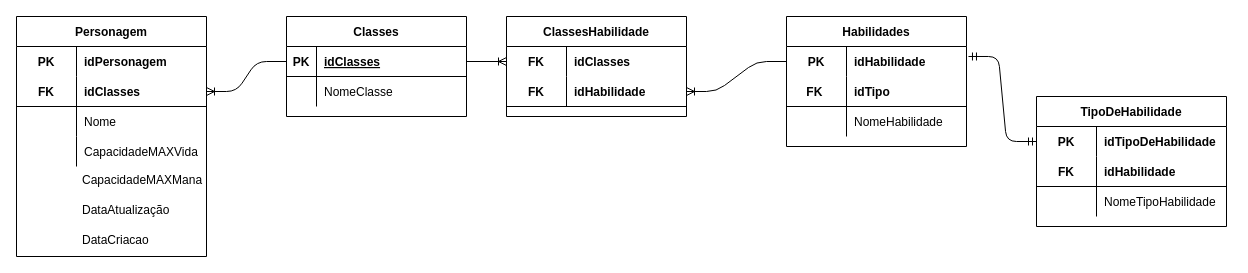
giiannace56/Senai_Segundo_Termo keeps this draw.io diagram as exercicios/hroads_desafio/RPG_ModeloLogico.drawio. Above is the earlier version. Source tidied: cells renumbered, new cells numbered last; positions are measured from the earlier drawing's top-left corner, leaving out a move shared by most shapes. Both pictures are drawn from the tidied source at 100%, with x=0, y=0 at pixel (16, 16).
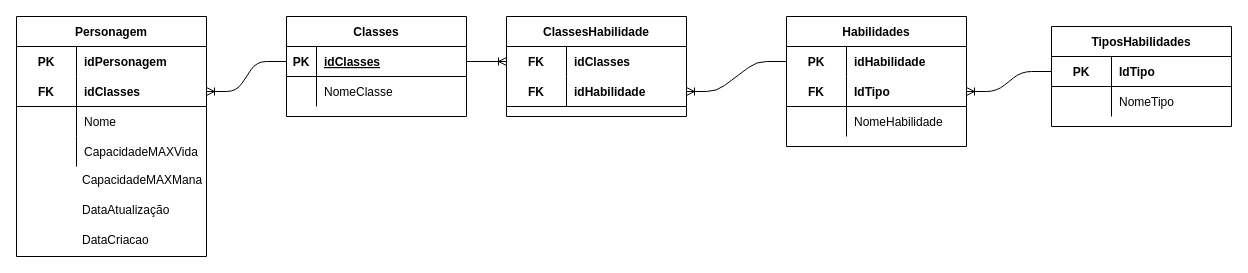
The same page after the edit.

The change refers to these unchanged cells:
```xml
<mxCell id="34" value="Habilidades" style="shape=table;startSize=30;childLayout=tableLayout;rowLines=0;fontStyle=1;align=center;" parent="1" vertex="1">
  <mxGeometry x="770" width="180" height="130" as="geometry" />
</mxCell>
<mxCell id="38" style="shape=partialRectangle;fillColor=none;top=0;left=0;bottom=1;right=0;points=[[0,0.5],[1,0.5]];portConstraint=eastwest;" parent="34" vertex="1">
  <mxGeometry y="60" width="180" height="30" as="geometry" />
</mxCell>
```

The edit, as a diff of the source:
```diff
@@
-    <mxCell id="35" style="shape=partialRectangle;fillColor=none;top=0;left=0;bottom=0;right=0;points=[[0,0.5],[1,0.5]];portConstraint=eastwest;" parent="34" vertex="1">
+    <mxCell id="35" style="shape=partialRectangle;fillColor=none;top=0;left=0;bottom=0&#10;;right=0;points=[[0,0.5],[1,0.5]];portConstraint=eastwest;" parent="34" vertex="1">
       <mxGeometry y="30" width="180" height="30" as="geometry" />
     </mxCell>
@@
-    <mxCell id="39" value="FK " style="shape=partialRectangle;fillColor=none;top=0;left=0;bottom=0;right=0;fontStyle=1;overflow=hidden;" parent="38" vertex="1">
-      <mxGeometry width="60" height="30" as="geometry" />
-    </mxCell>
-    <mxCell id="40" value="idTipo" style="shape=partialRectangle;fillColor=none;top=0;left=0;bottom=0;right=0;align=left;spacingLeft=6;fontStyle=1;overflow=hidden;" parent="38" vertex="1">
-      <mxGeometry x="60" width="120" height="30" as="geometry" />
-    </mxCell>
+    <mxCell id="50" value="FK" style="shape=partialRectangle;fillColor=none;top=0;left=0;bottom=0;right=0;fontStyle=1;overflow=hidden;" parent="38" vertex="1">
+      <mxGeometry width="60" height="30" as="geometry" />
+    </mxCell>
+    <mxCell id="56" value="IdTipo" style="shape=partialRectangle;fillColor=none;top=0;left=0;bottom=0;right=0;align=left;spacingLeft=6;fontStyle=1;overflow=hidden;" parent="38" vertex="1">
+      <mxGeometry x="60" width="120" height="30" as="geometry" />
+    </mxCell>
@@
-    <mxCell id="45" value="TipoDeHabilidade" style="shape=table;startSize=30;childLayout=tableLayout;rowLines=0;fontStyle=1;align=center;" parent="1" vertex="1">
-      <mxGeometry x="1020" y="80" width="190" height="130" as="geometry" />
-    </mxCell>
-    <mxCell id="46" style="shape=partialRectangle;fillColor=none;top=0;left=0;bottom=0;right=0;points=[[0,0.5],[1,0.5]];portConstraint=eastwest;" parent="45" vertex="1">
-      <mxGeometry y="30" width="190" height="30" as="geometry" />
-    </mxCell>
+    <mxCell id="57" value="TiposHabilidades" style="shape=table;startSize=30;childLayout=tableLayout;rowLines=0;fontStyle=1;align=center;" parent="1" vertex="1">
+      <mxGeometry x="1035" y="10" width="180" height="100" as="geometry" />
+    </mxCell>
+    <mxCell id="58" style="shape=partialRectangle;fillColor=none;top=0;left=0;bottom=1;right=0;points=[[0,0.5],[1,0.5]];portConstraint=eastwest;" parent="57" vertex="1">
+      <mxGeometry y="30" width="180" height="30" as="geometry" />
+    </mxCell>
-    <mxCell id="47" value="PK" style="shape=partialRectangle;fillColor=none;top=0;left=0;bottom=0;right=0;fontStyle=1;overflow=hidden;" parent="46" vertex="1">
+    <mxCell id="47" value="PK" style="shape=partialRectangle;fillColor=none;top=0;left=0;bottom=0;right=0;fontStyle=1;overflow=hidden;" parent="58" vertex="1">
       <mxGeometry width="60" height="30" as="geometry" />
     </mxCell>
-    <mxCell id="48" value="idTipoDeHabilidade" style="shape=partialRectangle;fillColor=none;top=0;left=0;bottom=0;right=0;align=left;spacingLeft=6;fontStyle=1;overflow=hidden;" parent="46" vertex="1">
-      <mxGeometry x="60" width="130" height="30" as="geometry" />
-    </mxCell>
-    <mxCell id="49" style="shape=partialRectangle;fillColor=none;top=0;left=0;bottom=1;right=0;" parent="45" vertex="1">
-      <mxGeometry y="60" width="190" height="30" as="geometry" />
-    </mxCell>
-    <mxCell id="50" value="FK" style="shape=partialRectangle;fillColor=none;top=0;left=0;bottom=0;right=0;fontStyle=1;overflow=hidden;" parent="49" vertex="1">
-      <mxGeometry width="60" height="30" as="geometry" />
-    </mxCell>
-    <mxCell id="51" value="idHabilidade" style="shape=partialRectangle;fillColor=none;top=0;left=0;bottom=0;right=0;align=left;spacingLeft=6;fontStyle=1;overflow=hidden;" parent="49" vertex="1">
-      <mxGeometry x="60" width="130" height="30" as="geometry" />
-    </mxCell>
-    <mxCell id="52" style="shape=partialRectangle;fillColor=none;top=0;left=0;bottom=0;right=0;" parent="45" vertex="1">
-      <mxGeometry y="90" width="190" height="30" as="geometry" />
-    </mxCell>
+    <mxCell id="59" value="IdTipo" style="shape=partialRectangle;fillColor=none;top=0;left=0;bottom=0;right=0;align=left;spacingLeft=6;fontStyle=1;overflow=hidden;" parent="58" vertex="1">
+      <mxGeometry x="60" width="120" height="30" as="geometry" />
+    </mxCell>
+    <mxCell id="60" style="shape=partialRectangle;fillColor=none;top=0;left=0;bottom=0;right=0;" parent="57" vertex="1">
+      <mxGeometry y="60" width="180" height="30" as="geometry" />
+    </mxCell>
-    <mxCell id="53" style="shape=partialRectangle;fillColor=none;top=0;left=0;bottom=0;right=0;overflow=hidden;" parent="52" vertex="1">
+    <mxCell id="53" style="shape=partialRectangle;fillColor=none;top=0;left=0;bottom=0;right=0;overflow=hidden;" parent="60" vertex="1">
       <mxGeometry width="60" height="30" as="geometry" />
     </mxCell>
-    <mxCell id="54" value="NomeTipoHabilidade" style="shape=partialRectangle;fillColor=none;top=0;left=0;bottom=0;right=0;align=left;spacingLeft=6;overflow=hidden;" parent="52" vertex="1">
-      <mxGeometry x="60" width="130" height="30" as="geometry" />
-    </mxCell>
-    <mxCell id="55" style="edgeStyle=entityRelationEdgeStyle;fontSize=12;html=1;endArrow=ERmandOne;startArrow=ERmandOne;exitX=1.011;exitY=0.333;exitDx=0;exitDy=0;exitPerimeter=0;" parent="1" edge="1" source="35" target="46">
-      <mxGeometry relative="1" as="geometry" />
-    </mxCell>
+    <mxCell id="61" value="NomeTipo" style="shape=partialRectangle;fillColor=none;top=0;left=0;bottom=0;right=0;align=left;spacingLeft=6;overflow=hidden;" parent="60" vertex="1">
+      <mxGeometry x="60" width="120" height="30" as="geometry" />
+    </mxCell>
+    <mxCell id="62" style="edgeStyle=entityRelationEdgeStyle;fontSize=12;html=1;endArrow=ERoneToMany;" parent="1" edge="1" source="58" target="38">
+      <mxGeometry relative="1" as="geometry" />
+    </mxCell>
```
